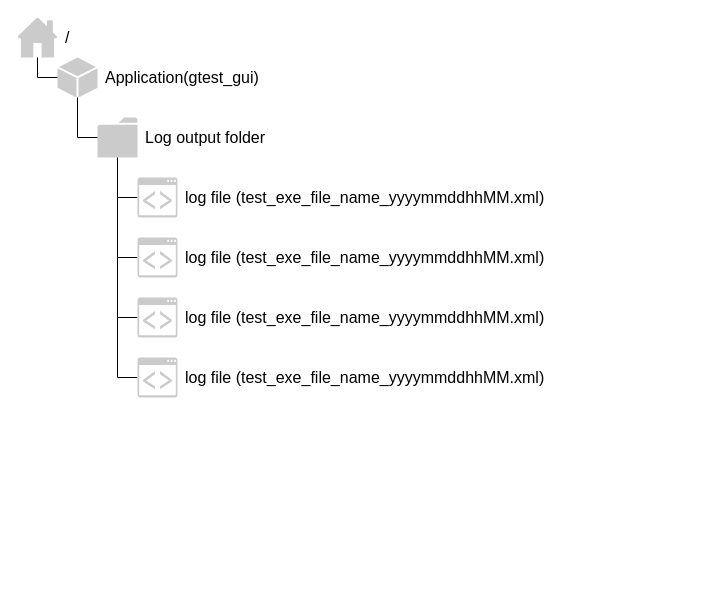
CountrySideEngineer/TestSupportTools keeps this draw.io diagram as google_test/google_test_gui/doc/folder_structure.drawio. Above is the earlier version. Source tidied: cells renumbered, new cells numbered last; positions are measured from the earlier drawing's top-left corner, leaving out a move shared by most shapes. Both pictures are drawn from the tidied source at 100%, with x=0, y=0 at pixel (17, 17).
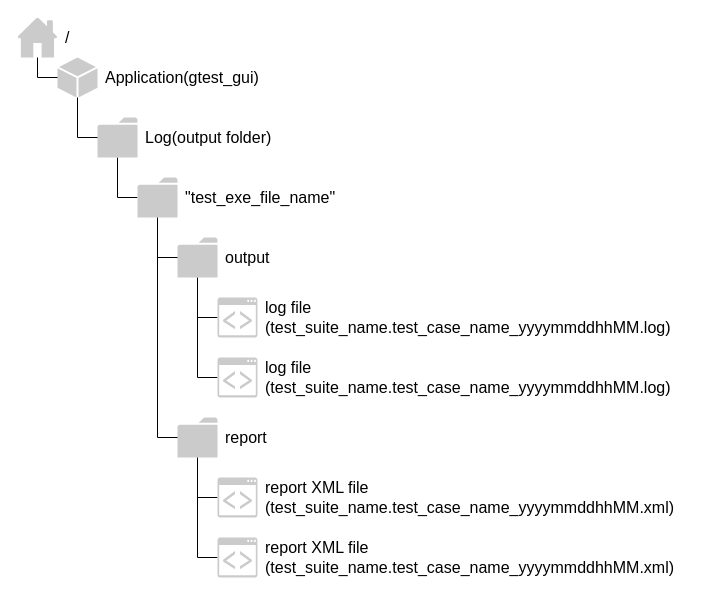
The same page after the edit.

Unchanged cells that the change refers to:
```xml
<mxCell id="6" style="shadow=0;dashed=0;html=1;strokeColor=none;labelPosition=center;verticalLabelPosition=bottom;verticalAlign=top;outlineConnect=0;align=center;shape=mxgraph.office.concepts.folder;fillColor=#CCCBCB;" parent="1" vertex="1">
  <mxGeometry x="80" y="100" width="40" height="40" as="geometry" />
</mxCell>
```

The edit, as a diff of the source:
```diff
@@
-    <mxCell id="2" style="edgeStyle=orthogonalEdgeStyle;rounded=0;jettySize=auto;html=1;endArrow=none;endFill=0;" parent="1" edge="1" source="6" target="14">
+    <mxCell id="2" style="edgeStyle=orthogonalEdgeStyle;rounded=0;jettySize=auto;html=1;endArrow=none;endFill=0;" parent="1" edge="1" target="14">
       <mxGeometry relative="1" as="geometry">
+        <mxPoint x="180" y="260" as="sourcePoint" />
         <Array as="points">
-          <mxPoint x="100" y="180" />
+          <mxPoint x="180" y="300" />
         </Array>
       </mxGeometry>
     </mxCell>
-    <mxCell id="3" style="edgeStyle=orthogonalEdgeStyle;rounded=0;jettySize=auto;html=1;endArrow=none;endFill=0;" parent="1" edge="1" source="6" target="16">
-      <mxGeometry relative="1" as="geometry">
-        <Array as="points">
-          <mxPoint x="100" y="240" />
-        </Array>
-      </mxGeometry>
-    </mxCell>
-    <mxCell id="4" style="edgeStyle=orthogonalEdgeStyle;rounded=0;jettySize=auto;html=1;endArrow=none;endFill=0;" parent="1" edge="1" source="6" target="17">
-      <mxGeometry relative="1" as="geometry">
-        <Array as="points">
-          <mxPoint x="100" y="300" />
-        </Array>
-      </mxGeometry>
-    </mxCell>
-    <mxCell id="5" style="edgeStyle=orthogonalEdgeStyle;rounded=0;jettySize=auto;html=1;endArrow=none;endFill=0;" parent="1" edge="1" source="6" target="18">
+    <mxCell id="5" style="edgeStyle=orthogonalEdgeStyle;rounded=0;jettySize=auto;html=1;endArrow=none;endFill=0;" parent="1" edge="1" target="18">
       <mxGeometry relative="1" as="geometry">
+        <mxPoint x="180" y="260" as="sourcePoint" />
         <Array as="points">
-          <mxPoint x="100" y="360" />
+          <mxPoint x="180" y="360" />
         </Array>
       </mxGeometry>
     </mxCell>
+    <mxCell id="22" style="edgeStyle=orthogonalEdgeStyle;rounded=0;jettySize=auto;html=1;endArrow=none;endFill=0;" parent="1" edge="1" source="6" target="36">
+      <mxGeometry relative="1" as="geometry">
+        <Array as="points">
+          <mxPoint x="100" y="180" />
+        </Array>
+      </mxGeometry>
+    </mxCell>
@@
-    <mxCell id="10" value="Log output folder" style="text;html=1;strokeColor=none;fillColor=none;align=left;verticalAlign=middle;whiteSpace=wrap;rounded=0;fontSize=16;spacingLeft=6;" parent="1" vertex="1">
+    <mxCell id="10" value="Log(output folder)" style="text;html=1;strokeColor=none;fillColor=none;align=left;verticalAlign=middle;whiteSpace=wrap;rounded=0;fontSize=16;spacingLeft=6;" parent="1" vertex="1">
       <mxGeometry x="120" y="100" width="200" height="40" as="geometry" />
     </mxCell>
@@
     <mxCell id="14" style="shadow=0;dashed=0;html=1;strokeColor=none;fillColor=#CCCBCB;labelPosition=center;verticalLabelPosition=bottom;verticalAlign=top;outlineConnect=0;align=center;shape=mxgraph.office.communications.ucwa_application;fontSize=16;" parent="1" vertex="1">
-      <mxGeometry x="120" y="160" width="40" height="40" as="geometry" />
+      <mxGeometry x="200" y="280" width="40" height="40" as="geometry" />
     </mxCell>
-    <mxCell id="15" value="log file (test_exe_file_name_yyyymmddhhMM.xml)" style="text;html=1;strokeColor=none;fillColor=none;align=left;verticalAlign=middle;whiteSpace=wrap;rounded=0;fontSize=16;spacingLeft=6;" parent="1" vertex="1">
-      <mxGeometry x="160" y="160" width="400" height="40" as="geometry" />
-    </mxCell>
-    <mxCell id="16" style="shadow=0;dashed=0;html=1;strokeColor=none;fillColor=#CCCBCB;labelPosition=center;verticalLabelPosition=bottom;verticalAlign=top;outlineConnect=0;align=center;shape=mxgraph.office.communications.ucwa_application;fontSize=16;" parent="1" vertex="1">
-      <mxGeometry x="120" y="220" width="40" height="40" as="geometry" />
-    </mxCell>
-    <mxCell id="17" style="shadow=0;dashed=0;html=1;strokeColor=none;fillColor=#CCCBCB;labelPosition=center;verticalLabelPosition=bottom;verticalAlign=top;outlineConnect=0;align=center;shape=mxgraph.office.communications.ucwa_application;fontSize=16;" parent="1" vertex="1">
-      <mxGeometry x="120" y="280" width="40" height="40" as="geometry" />
-    </mxCell>
     <mxCell id="18" style="shadow=0;dashed=0;html=1;strokeColor=none;fillColor=#CCCBCB;labelPosition=center;verticalLabelPosition=bottom;verticalAlign=top;outlineConnect=0;align=center;shape=mxgraph.office.communications.ucwa_application;fontSize=16;" parent="1" vertex="1">
-      <mxGeometry x="120" y="340" width="40" height="40" as="geometry" />
+      <mxGeometry x="200" y="340" width="40" height="40" as="geometry" />
     </mxCell>
-    <mxCell id="19" value="log file (test_exe_file_name_yyyymmddhhMM.xml)" style="text;html=1;strokeColor=none;fillColor=none;align=left;verticalAlign=middle;whiteSpace=wrap;rounded=0;fontSize=16;spacingLeft=6;" parent="1" vertex="1">
-      <mxGeometry x="160" y="220" width="400" height="40" as="geometry" />
-    </mxCell>
-    <mxCell id="20" value="log file (test_exe_file_name_yyyymmddhhMM.xml)" style="text;html=1;strokeColor=none;fillColor=none;align=left;verticalAlign=middle;whiteSpace=wrap;rounded=0;fontSize=16;spacingLeft=6;" parent="1" vertex="1">
-      <mxGeometry x="160" y="280" width="400" height="40" as="geometry" />
-    </mxCell>
-    <mxCell id="21" value="log file (test_exe_file_name_yyyymmddhhMM.xml)" style="text;html=1;strokeColor=none;fillColor=none;align=left;verticalAlign=middle;whiteSpace=wrap;rounded=0;fontSize=16;spacingLeft=6;" parent="1" vertex="1">
-      <mxGeometry x="160" y="340" width="400" height="40" as="geometry" />
-    </mxCell>
+    <mxCell id="23" style="shadow=0;dashed=0;html=1;strokeColor=none;labelPosition=center;verticalLabelPosition=bottom;verticalAlign=top;outlineConnect=0;align=center;shape=mxgraph.office.concepts.folder;fillColor=#CCCBCB;" parent="1" vertex="1">
+      <mxGeometry x="160" y="220" width="40" height="40" as="geometry" />
+    </mxCell>
+    <mxCell id="24" value="log file&lt;br&gt;(test_suite_name.test_case_name_yyyymmddhhMM.log)" style="text;html=1;strokeColor=none;fillColor=none;align=left;verticalAlign=middle;whiteSpace=wrap;rounded=0;fontSize=16;spacingLeft=6;" parent="1" vertex="1">
+      <mxGeometry x="240" y="280" width="440" height="40" as="geometry" />
+    </mxCell>
+    <mxCell id="25" value="output" style="text;html=1;strokeColor=none;fillColor=none;align=left;verticalAlign=middle;whiteSpace=wrap;rounded=0;fontSize=16;spacingLeft=6;" parent="1" vertex="1">
+      <mxGeometry x="200" y="220" width="120" height="40" as="geometry" />
+    </mxCell>
+    <mxCell id="26" value="log file&lt;br&gt;(test_suite_name.test_case_name_yyyymmddhhMM.log)" style="text;html=1;strokeColor=none;fillColor=none;align=left;verticalAlign=middle;whiteSpace=wrap;rounded=0;fontSize=16;spacingLeft=6;" parent="1" vertex="1">
+      <mxGeometry x="240" y="340" width="440" height="40" as="geometry" />
+    </mxCell>
+    <mxCell id="27" style="edgeStyle=orthogonalEdgeStyle;rounded=0;jettySize=auto;html=1;endArrow=none;endFill=0;" parent="1" edge="1" target="29">
+      <mxGeometry relative="1" as="geometry">
+        <mxPoint x="180" y="440" as="sourcePoint" />
+        <Array as="points">
+          <mxPoint x="180" y="480" />
+        </Array>
+      </mxGeometry>
+    </mxCell>
+    <mxCell id="28" style="edgeStyle=orthogonalEdgeStyle;rounded=0;jettySize=auto;html=1;endArrow=none;endFill=0;" parent="1" edge="1" target="30">
+      <mxGeometry relative="1" as="geometry">
+        <mxPoint x="180" y="440" as="sourcePoint" />
+        <Array as="points">
+          <mxPoint x="180" y="540" />
+        </Array>
+      </mxGeometry>
+    </mxCell>
+    <mxCell id="29" style="shadow=0;dashed=0;html=1;strokeColor=none;fillColor=#CCCBCB;labelPosition=center;verticalLabelPosition=bottom;verticalAlign=top;outlineConnect=0;align=center;shape=mxgraph.office.communications.ucwa_application;fontSize=16;" parent="1" vertex="1">
+      <mxGeometry x="200" y="460" width="40" height="40" as="geometry" />
+    </mxCell>
+    <mxCell id="30" style="shadow=0;dashed=0;html=1;strokeColor=none;fillColor=#CCCBCB;labelPosition=center;verticalLabelPosition=bottom;verticalAlign=top;outlineConnect=0;align=center;shape=mxgraph.office.communications.ucwa_application;fontSize=16;" parent="1" vertex="1">
+      <mxGeometry x="200" y="520" width="40" height="40" as="geometry" />
+    </mxCell>
+    <mxCell id="31" style="shadow=0;dashed=0;html=1;strokeColor=none;labelPosition=center;verticalLabelPosition=bottom;verticalAlign=top;outlineConnect=0;align=center;shape=mxgraph.office.concepts.folder;fillColor=#CCCBCB;" parent="1" vertex="1">
+      <mxGeometry x="160" y="400" width="40" height="40" as="geometry" />
+    </mxCell>
+    <mxCell id="32" value="report XML file&lt;br&gt;(test_suite_name.test_case_name_yyyymmddhhMM.xml)" style="text;html=1;strokeColor=none;fillColor=none;align=left;verticalAlign=middle;whiteSpace=wrap;rounded=0;fontSize=16;spacingLeft=6;" parent="1" vertex="1">
+      <mxGeometry x="240" y="460" width="440" height="40" as="geometry" />
+    </mxCell>
+    <mxCell id="33" value="report" style="text;html=1;strokeColor=none;fillColor=none;align=left;verticalAlign=middle;whiteSpace=wrap;rounded=0;fontSize=16;spacingLeft=6;" parent="1" vertex="1">
+      <mxGeometry x="200" y="400" width="120" height="40" as="geometry" />
+    </mxCell>
+    <mxCell id="34" style="edgeStyle=orthogonalEdgeStyle;rounded=0;jettySize=auto;html=1;endArrow=none;endFill=0;" parent="1" edge="1" source="36" target="23">
+      <mxGeometry relative="1" as="geometry">
+        <Array as="points">
+          <mxPoint x="140" y="240" />
+        </Array>
+      </mxGeometry>
+    </mxCell>
+    <mxCell id="35" style="edgeStyle=orthogonalEdgeStyle;rounded=0;jettySize=auto;html=1;endArrow=none;endFill=0;" parent="1" edge="1" source="36" target="31">
+      <mxGeometry relative="1" as="geometry">
+        <Array as="points">
+          <mxPoint x="140" y="420" />
+        </Array>
+      </mxGeometry>
+    </mxCell>
+    <mxCell id="36" style="shadow=0;dashed=0;html=1;strokeColor=none;labelPosition=center;verticalLabelPosition=bottom;verticalAlign=top;outlineConnect=0;align=center;shape=mxgraph.office.concepts.folder;fillColor=#CCCBCB;" parent="1" vertex="1">
+      <mxGeometry x="120" y="160" width="40" height="40" as="geometry" />
+    </mxCell>
+    <mxCell id="37" value="&quot;test_exe_file_name&quot;" style="text;html=1;strokeColor=none;fillColor=none;align=left;verticalAlign=middle;whiteSpace=wrap;rounded=0;fontSize=16;spacingLeft=6;" parent="1" vertex="1">
+      <mxGeometry x="160" y="160" width="200" height="40" as="geometry" />
+    </mxCell>
+    <mxCell id="38" value="report XML file&lt;br&gt;(test_suite_name.test_case_name_yyyymmddhhMM.xml)" style="text;html=1;strokeColor=none;fillColor=none;align=left;verticalAlign=middle;whiteSpace=wrap;rounded=0;fontSize=16;spacingLeft=6;" parent="1" vertex="1">
+      <mxGeometry x="240" y="520" width="440" height="40" as="geometry" />
+    </mxCell>
```
